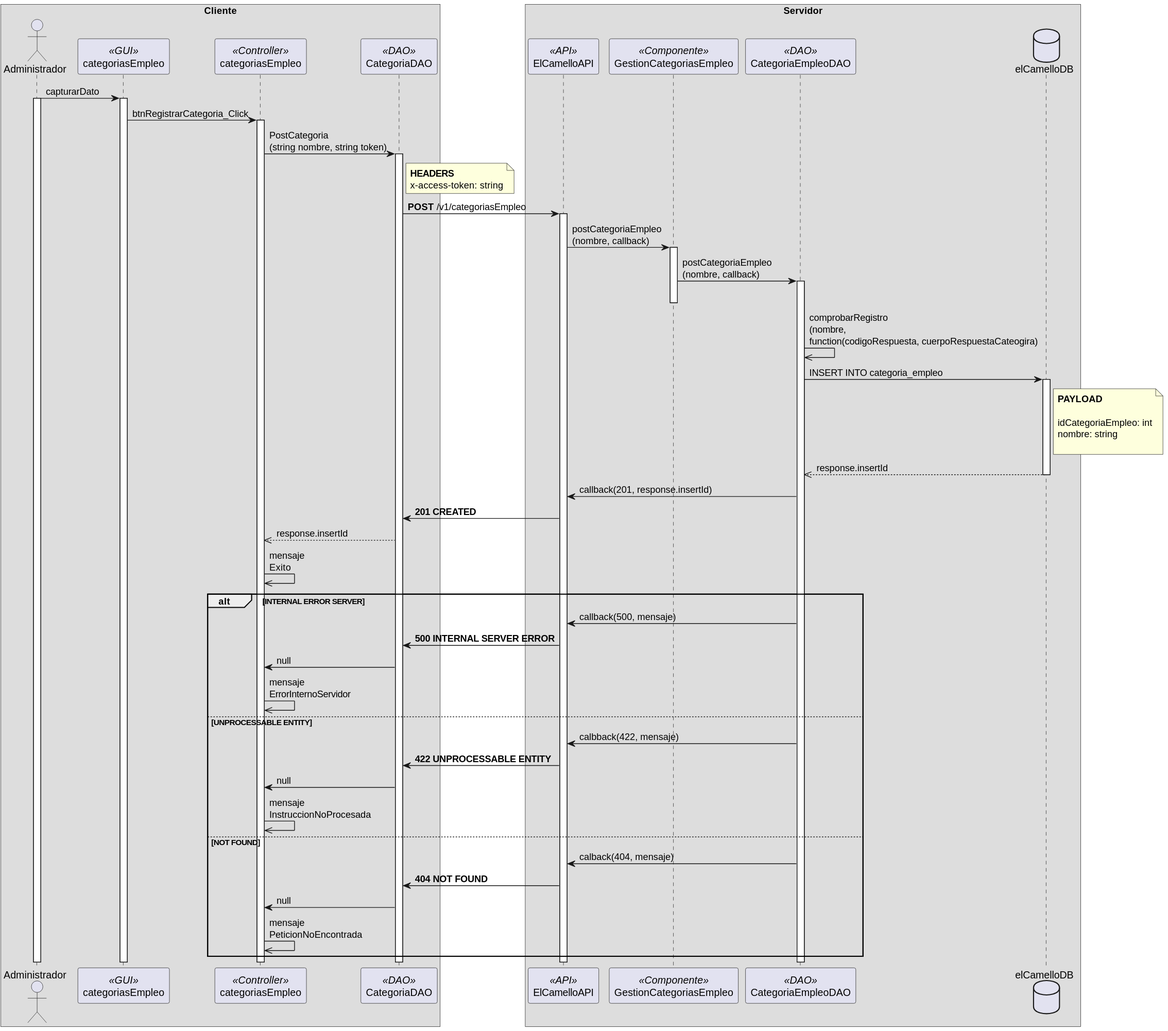
Before: out/diagramas/secuencia/GestionCategorias/RegistrarCategoria/RegistrarCategoria.svg, a diagram exported from PlantUML (VictorArrys/API_WORK_PLATAFORM_ARRYS). Its diagram source:
```plantuml
@startuml

box Cliente
    actor Administrador as a
    participant categoriasEmpleo as b <<GUI>>
    participant categoriasEmpleo as c <<Controller>>
    participant CategoriaDAO as d <<DAO>>

end box

box Servidor
    participant ElCamelloAPI as e <<API>>
    participant GestionCategoriasEmpleo as f <<Componente>>
    participant CategoriaEmpleoDAO as g <<DAO>>
    database elCamelloDB as db
end box

a -> b: capturarDato
activate a
activate b

b -> c: btnRegistrarCategoria_Click
activate c

c -> d: PostCategoria\n(string nombre, string token)
activate d

note right of d
**HEADERS**
x-access-token: string
end note

d -> e: **POST** /v1/categoriasEmpleo
activate e

e -> f: postCategoriaEmpleo\n(nombre, callback)
activate f

f -> g: postCategoriaEmpleo\n(nombre, callback)
activate g
deactivate f

g ->> g: comprobarRegistro\n(nombre, \nfunction(codigoRespuesta, cuerpoRespuestaCateogira)

g -> db: INSERT INTO categoria_empleo
activate db

note right of db
**PAYLOAD**

idCategoriaEmpleo: int
nombre: string

end note

db -->> g: response.insertId
deactivate db

g -> e: callback(201, response.insertId)

e -> d: **201 CREATED**

d -->> c: response.insertId

c ->> c: mensaje\nExito

alt INTERNAL ERROR SERVER

     g -> e: callback(500, mensaje)

     e -> d: **500 INTERNAL SERVER ERROR**

     d -> c: null

     c ->> c: mensaje\nErrorInternoServidor

else UNPROCESSABLE ENTITY

    g -> e: calbback(422, mensaje)

    e -> d: **422 UNPROCESSABLE ENTITY**

    d -> c: null

    c ->> c: mensaje\nInstruccionNoProcesada


else NOT FOUND

    g -> e: calback(404, mensaje)

    e -> d: **404 NOT FOUND**

    d -> c: null

    c ->> c: mensaje\nPeticionNoEncontrada

end


@enduml
```
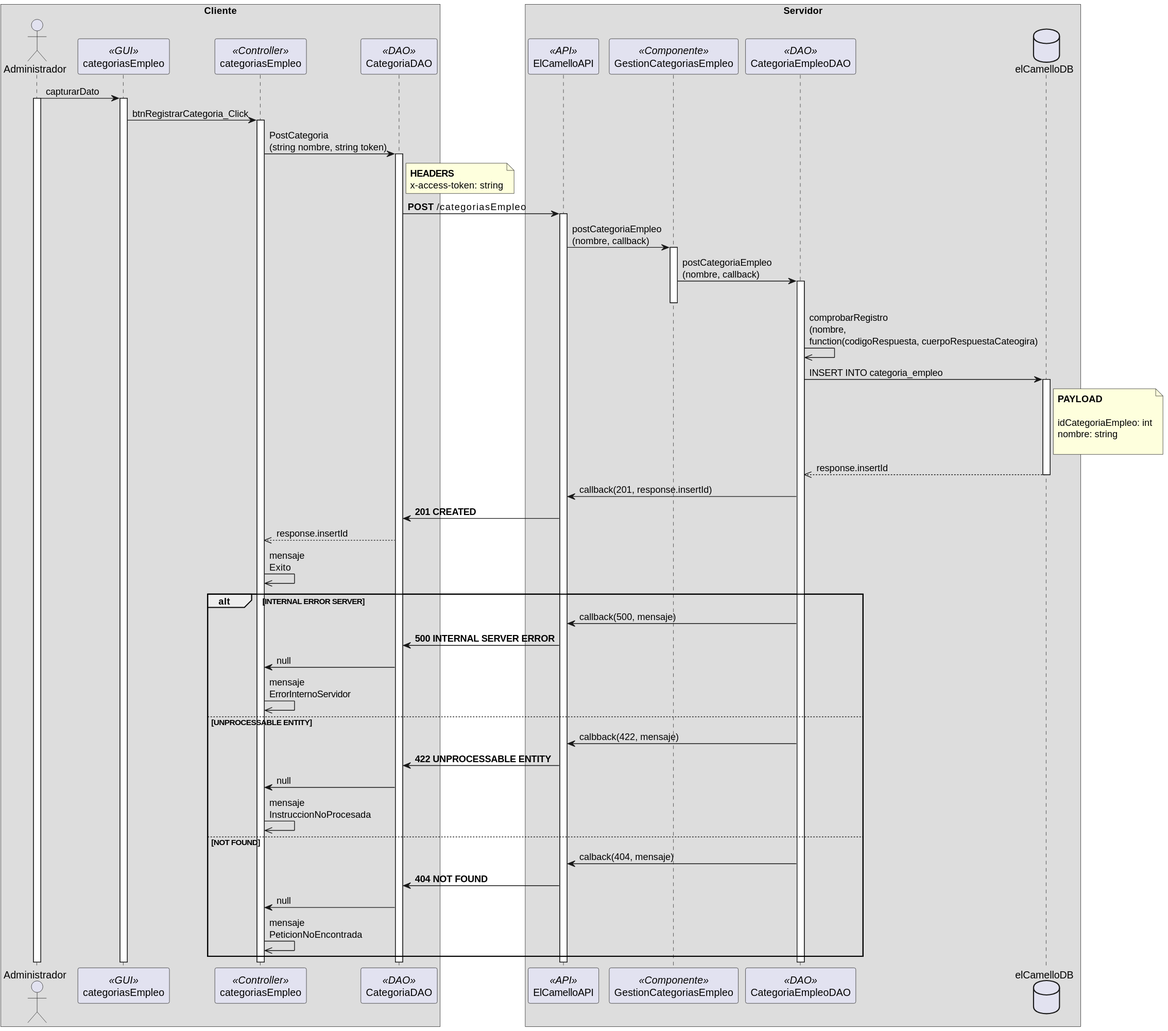
After the change.

The edit, as a diff of the source:
```diff
@@ -30,7 +30,7 @@
 x-access-token: string
 end note
 
-d -> e: **POST** /v1/categoriasEmpleo
+d -> e: **POST** /categoriasEmpleo
 activate e
 
 e -> f: postCategoriaEmpleo\n(nombre, callback)
```
